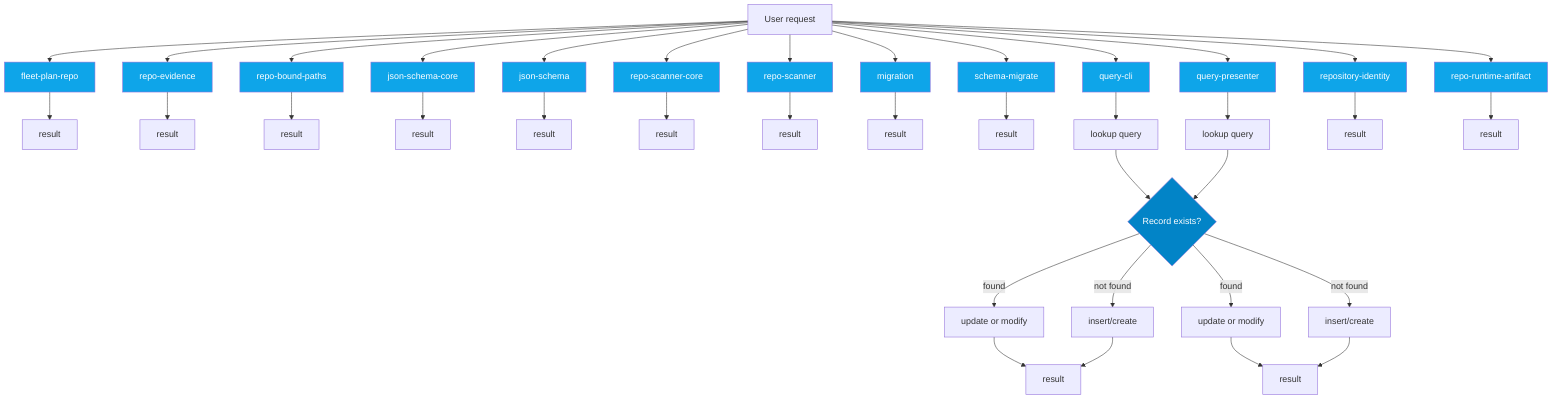
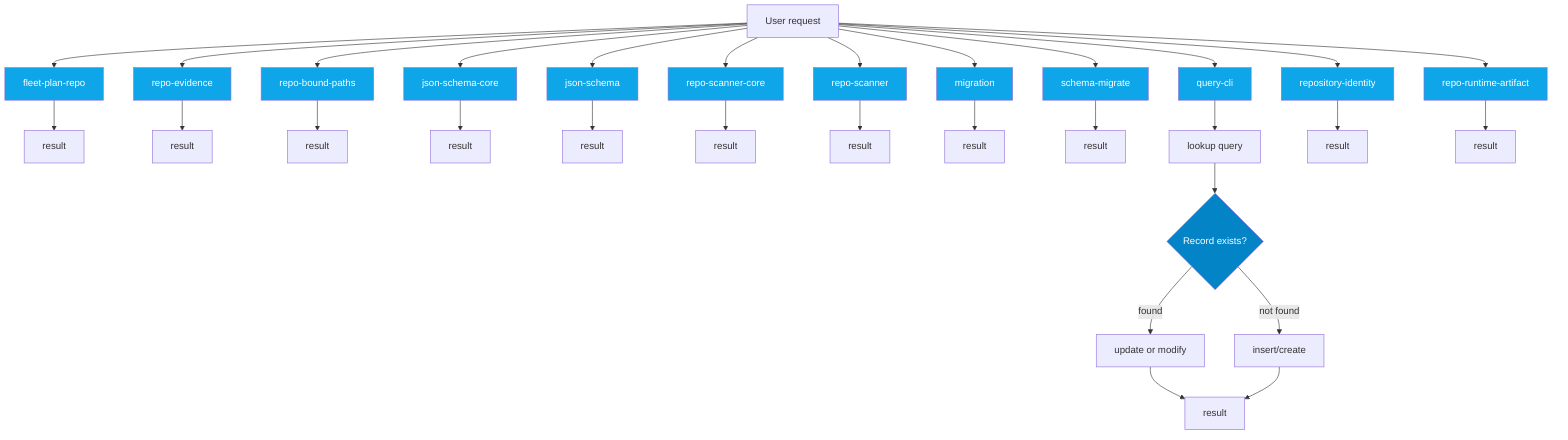
flowchart TD
  UserRequest["User request"]
  Decision{Record exists?}
  fleet_plan_repo_ecdc6499["fleet-plan-repo"]
  UserRequest --> fleet_plan_repo_ecdc6499
  fleet_plan_repo_ecdc6499 --> fleet_plan_repo_ecdc6499_result["result"]
  repo_evidence_38bb1de5["repo-evidence"]
  UserRequest --> repo_evidence_38bb1de5
  repo_evidence_38bb1de5 --> repo_evidence_38bb1de5_result["result"]
  repo_bound_paths_e218b5b3["repo-bound-paths"]
  UserRequest --> repo_bound_paths_e218b5b3
  repo_bound_paths_e218b5b3 --> repo_bound_paths_e218b5b3_result["result"]
  json_schema_core_96d7e328["json-schema-core"]
  UserRequest --> json_schema_core_96d7e328
  json_schema_core_96d7e328 --> json_schema_core_96d7e328_result["result"]
  json_schema_74a768d7["json-schema"]
  UserRequest --> json_schema_74a768d7
  json_schema_74a768d7 --> json_schema_74a768d7_result["result"]
  repo_scanner_core_8e9f7646["repo-scanner-core"]
  UserRequest --> repo_scanner_core_8e9f7646
  repo_scanner_core_8e9f7646 --> repo_scanner_core_8e9f7646_result["result"]
  repo_scanner_a8b2579e["repo-scanner"]
  UserRequest --> repo_scanner_a8b2579e
  repo_scanner_a8b2579e --> repo_scanner_a8b2579e_result["result"]
  migration_8a6cead4["migration"]
  UserRequest --> migration_8a6cead4
  migration_8a6cead4 --> migration_8a6cead4_result["result"]
  schema_migrate_c0646635["schema-migrate"]
  UserRequest --> schema_migrate_c0646635
  schema_migrate_c0646635 --> schema_migrate_c0646635_result["result"]
  query_cli_b95be64d["query-cli"]
  UserRequest --> query_cli_b95be64d
  query_cli_b95be64d --> query_cli_b95be64d_lookup["lookup query"]
  query_cli_b95be64d_lookup --> Decision
  Decision -->|found| query_cli_b95be64d_update["update or modify"]
  Decision -->|not found| query_cli_b95be64d_create["insert/create"]
  query_cli_b95be64d_update --> query_cli_b95be64d_result["result"]
  query_cli_b95be64d_create --> query_cli_b95be64d_result["result"]
-   query_presenter_02e6077c["query-presenter"]
-   UserRequest --> query_presenter_02e6077c
-   query_presenter_02e6077c --> query_presenter_02e6077c_lookup["lookup query"]
-   query_presenter_02e6077c_lookup --> Decision
-   Decision -->|found| query_presenter_02e6077c_update["update or modify"]
-   Decision -->|not found| query_presenter_02e6077c_create["insert/create"]
-   query_presenter_02e6077c_update --> query_presenter_02e6077c_result["result"]
-   query_presenter_02e6077c_create --> query_presenter_02e6077c_result["result"]
  repository_identity_9dc13d37["repository-identity"]
  UserRequest --> repository_identity_9dc13d37
  repository_identity_9dc13d37 --> repository_identity_9dc13d37_result["result"]
  repo_runtime_artifact_139c0fbd["repo-runtime-artifact"]
  UserRequest --> repo_runtime_artifact_139c0fbd
  repo_runtime_artifact_139c0fbd --> repo_runtime_artifact_139c0fbd_result["result"]
  classDef dbNode fill:#0ea5e9,color:#fff
-   class fleet_plan_repo_ecdc6499,repo_evidence_38bb1de5,repo_bound_paths_e218b5b3,json_schema_core_96d7e328,json_schema_74a768d7,repo_scanner_core_8e9f7646,repo_scanner_a8b2579e,migration_8a6cead4,schema_migrate_c0646635,query_cli_b95be64d,query_presenter_02e6077c,repository_identity_9dc13d37,repo_runtime_artifact_139c0fbd dbNode
+   class fleet_plan_repo_ecdc6499,repo_evidence_38bb1de5,repo_bound_paths_e218b5b3,json_schema_core_96d7e328,json_schema_74a768d7,repo_scanner_core_8e9f7646,repo_scanner_a8b2579e,migration_8a6cead4,schema_migrate_c0646635,query_cli_b95be64d,repository_identity_9dc13d37,repo_runtime_artifact_139c0fbd dbNode
  classDef decisionNode fill:#0284c7,color:#fff
  class Decision decisionNode
